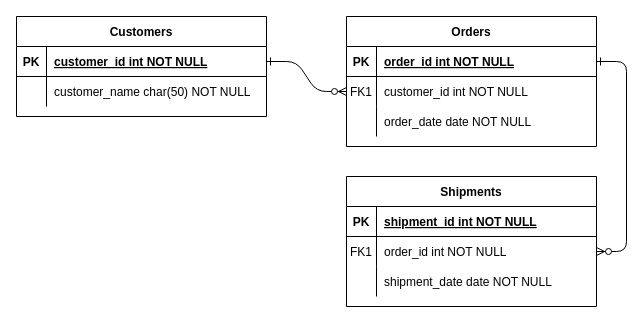
This is Untitled Diagram.drawio from nhyun01/create-online-profile-card, a draw.io file, before an edit. Source tidied: cells renumbered, new cells numbered last; positions are measured from the earlier drawing's top-left corner, leaving out a move shared by most shapes. Both pictures are drawn from the tidied source at 100%, with x=0, y=0 at pixel (16, 16).
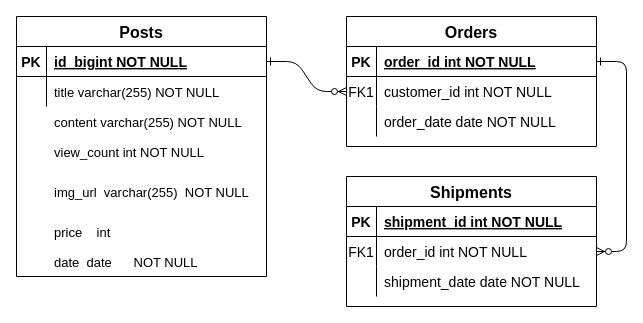
Above is the later version.

What changed in the source:
```diff
@@
-    <mxCell id="2" style="edgeStyle=entityRelationEdgeStyle;endArrow=ERzeroToMany;startArrow=ERone;endFill=1;startFill=0;" parent="1" edge="1" source="25" target="8">
+    <mxCell id="2" style="edgeStyle=entityRelationEdgeStyle;endArrow=ERzeroToMany;startArrow=ERone;endFill=1;startFill=0;fontSize=14;" parent="1" edge="1" source="25" target="8">
       <mxGeometry relative="1" as="geometry" />
     </mxCell>
-    <mxCell id="3" style="edgeStyle=entityRelationEdgeStyle;endArrow=ERzeroToMany;startArrow=ERone;endFill=1;startFill=0;" parent="1" edge="1" source="5" target="18">
+    <mxCell id="3" style="edgeStyle=entityRelationEdgeStyle;endArrow=ERzeroToMany;startArrow=ERone;endFill=1;startFill=0;fontSize=14;" parent="1" edge="1" source="5" target="18">
       <mxGeometry relative="1" as="geometry" />
     </mxCell>
-    <mxCell id="4" value="Orders" style="shape=table;startSize=30;childLayout=tableLayout;rowLines=0;fontStyle=1;align=center;" parent="1" vertex="1">
+    <mxCell id="4" value="Orders" style="shape=table;startSize=30;childLayout=tableLayout;rowLines=0;fontStyle=1;align=center;fontSize=16;" parent="1" vertex="1">
       <mxGeometry x="330" width="250" height="130" as="geometry" />
     </mxCell>
-    <mxCell id="5" style="shape=partialRectangle;fillColor=none;points=[[0,0.5],[1,0.5]];portConstraint=eastwest;top=0;left=0;right=0;bottom=1;" parent="4" vertex="1">
+    <mxCell id="5" style="shape=partialRectangle;fillColor=none;points=[[0,0.5],[1,0.5]];portConstraint=eastwest;top=0;left=0;right=0;bottom=1;fontSize=14;" parent="4" vertex="1">
       <mxGeometry y="30" width="250" height="30" as="geometry" />
     </mxCell>
-    <mxCell id="6" value="PK" style="shape=partialRectangle;overflow=hidden;fillColor=none;top=0;left=0;bottom=0;right=0;fontStyle=1;" parent="5" vertex="1">
+    <mxCell id="6" value="PK" style="shape=partialRectangle;overflow=hidden;fillColor=none;top=0;left=0;bottom=0;right=0;fontStyle=1;fontSize=14;" parent="5" vertex="1">
       <mxGeometry width="30" height="30" as="geometry" />
     </mxCell>
-    <mxCell id="7" value="order_id int NOT NULL " style="shape=partialRectangle;overflow=hidden;fillColor=none;top=0;left=0;bottom=0;right=0;align=left;spacingLeft=6;fontStyle=5;" parent="5" vertex="1">
+    <mxCell id="7" value="order_id int NOT NULL " style="shape=partialRectangle;overflow=hidden;fillColor=none;top=0;left=0;bottom=0;right=0;align=left;spacingLeft=6;fontStyle=5;fontSize=14;" parent="5" vertex="1">
       <mxGeometry x="30" width="220" height="30" as="geometry" />
     </mxCell>
-    <mxCell id="8" style="shape=partialRectangle;fillColor=none;points=[[0,0.5],[1,0.5]];portConstraint=eastwest;top=0;left=0;right=0;bottom=0;" parent="4" vertex="1">
+    <mxCell id="8" style="shape=partialRectangle;fillColor=none;points=[[0,0.5],[1,0.5]];portConstraint=eastwest;top=0;left=0;right=0;bottom=0;fontSize=14;" parent="4" vertex="1">
       <mxGeometry y="60" width="250" height="30" as="geometry" />
     </mxCell>
-    <mxCell id="9" value="FK1" style="shape=partialRectangle;overflow=hidden;fillColor=none;top=0;left=0;bottom=0;right=0;" parent="8" vertex="1">
+    <mxCell id="9" value="FK1" style="shape=partialRectangle;overflow=hidden;fillColor=none;top=0;left=0;bottom=0;right=0;fontSize=14;" parent="8" vertex="1">
       <mxGeometry width="30" height="30" as="geometry" />
     </mxCell>
-    <mxCell id="10" value="customer_id int NOT NULL" style="shape=partialRectangle;overflow=hidden;fillColor=none;top=0;left=0;bottom=0;right=0;align=left;spacingLeft=6;" parent="8" vertex="1">
+    <mxCell id="10" value="customer_id int NOT NULL" style="shape=partialRectangle;overflow=hidden;fillColor=none;top=0;left=0;bottom=0;right=0;align=left;spacingLeft=6;fontSize=14;" parent="8" vertex="1">
       <mxGeometry x="30" width="220" height="30" as="geometry" />
     </mxCell>
-    <mxCell id="11" style="shape=partialRectangle;fillColor=none;top=0;left=0;right=0;bottom=0;" parent="4" vertex="1">
+    <mxCell id="11" style="shape=partialRectangle;fillColor=none;top=0;left=0;right=0;bottom=0;fontSize=14;" parent="4" vertex="1">
       <mxGeometry y="90" width="250" height="30" as="geometry" />
     </mxCell>
-    <mxCell id="12" style="shape=partialRectangle;overflow=hidden;fillColor=none;top=0;left=0;bottom=0;right=0;" parent="11" vertex="1">
+    <mxCell id="12" style="shape=partialRectangle;overflow=hidden;fillColor=none;top=0;left=0;bottom=0;right=0;fontSize=14;" parent="11" vertex="1">
       <mxGeometry width="30" height="30" as="geometry" />
     </mxCell>
-    <mxCell id="13" value="order_date date NOT NULL" style="shape=partialRectangle;overflow=hidden;fillColor=none;top=0;left=0;bottom=0;right=0;align=left;spacingLeft=6;" parent="11" vertex="1">
+    <mxCell id="13" value="order_date date NOT NULL" style="shape=partialRectangle;overflow=hidden;fillColor=none;top=0;left=0;bottom=0;right=0;align=left;spacingLeft=6;fontSize=14;" parent="11" vertex="1">
       <mxGeometry x="30" width="220" height="30" as="geometry" />
     </mxCell>
-    <mxCell id="14" value="Shipments" style="shape=table;startSize=30;childLayout=tableLayout;rowLines=0;fontStyle=1;align=center;" parent="1" vertex="1">
+    <mxCell id="14" value="Shipments" style="shape=table;startSize=30;childLayout=tableLayout;rowLines=0;fontStyle=1;align=center;fontSize=16;" parent="1" vertex="1">
       <mxGeometry x="330" y="160" width="250" height="130" as="geometry" />
     </mxCell>
-    <mxCell id="15" style="shape=partialRectangle;fillColor=none;top=0;left=0;right=0;bottom=1;" parent="14" vertex="1">
+    <mxCell id="15" style="shape=partialRectangle;fillColor=none;top=0;left=0;right=0;bottom=1;fontSize=14;" parent="14" vertex="1">
       <mxGeometry y="30" width="250" height="30" as="geometry" />
     </mxCell>
-    <mxCell id="16" value="PK" style="shape=partialRectangle;overflow=hidden;fillColor=none;top=0;left=0;bottom=0;right=0;fontStyle=1;" parent="15" vertex="1">
+    <mxCell id="16" value="PK" style="shape=partialRectangle;overflow=hidden;fillColor=none;top=0;left=0;bottom=0;right=0;fontStyle=1;fontSize=14;" parent="15" vertex="1">
       <mxGeometry width="30" height="30" as="geometry" />
     </mxCell>
-    <mxCell id="17" value="shipment_id int NOT NULL " style="shape=partialRectangle;overflow=hidden;fillColor=none;top=0;left=0;bottom=0;right=0;align=left;spacingLeft=6;fontStyle=5;" parent="15" vertex="1">
+    <mxCell id="17" value="shipment_id int NOT NULL " style="shape=partialRectangle;overflow=hidden;fillColor=none;top=0;left=0;bottom=0;right=0;align=left;spacingLeft=6;fontStyle=5;fontSize=14;" parent="15" vertex="1">
       <mxGeometry x="30" width="220" height="30" as="geometry" />
     </mxCell>
-    <mxCell id="18" style="shape=partialRectangle;fillColor=none;points=[[0,0.5],[1,0.5]];portConstraint=eastwest;top=0;left=0;right=0;bottom=0;" parent="14" vertex="1">
+    <mxCell id="18" style="shape=partialRectangle;fillColor=none;points=[[0,0.5],[1,0.5]];portConstraint=eastwest;top=0;left=0;right=0;bottom=0;fontSize=14;" parent="14" vertex="1">
       <mxGeometry y="60" width="250" height="30" as="geometry" />
     </mxCell>
-    <mxCell id="19" value="FK1" style="shape=partialRectangle;overflow=hidden;fillColor=none;top=0;left=0;bottom=0;right=0;" parent="18" vertex="1">
+    <mxCell id="19" value="FK1" style="shape=partialRectangle;overflow=hidden;fillColor=none;top=0;left=0;bottom=0;right=0;fontSize=14;" parent="18" vertex="1">
       <mxGeometry width="30" height="30" as="geometry" />
     </mxCell>
-    <mxCell id="20" value="order_id int NOT NULL" style="shape=partialRectangle;overflow=hidden;fillColor=none;top=0;left=0;bottom=0;right=0;align=left;spacingLeft=6;" parent="18" vertex="1">
+    <mxCell id="20" value="order_id int NOT NULL" style="shape=partialRectangle;overflow=hidden;fillColor=none;top=0;left=0;bottom=0;right=0;align=left;spacingLeft=6;fontSize=14;" parent="18" vertex="1">
       <mxGeometry x="30" width="220" height="30" as="geometry" />
     </mxCell>
-    <mxCell id="21" style="shape=partialRectangle;fillColor=none;top=0;left=0;right=0;bottom=0;" parent="14" vertex="1">
+    <mxCell id="21" style="shape=partialRectangle;fillColor=none;top=0;left=0;right=0;bottom=0;fontSize=14;" parent="14" vertex="1">
       <mxGeometry y="90" width="250" height="30" as="geometry" />
     </mxCell>
-    <mxCell id="22" style="shape=partialRectangle;overflow=hidden;fillColor=none;top=0;left=0;bottom=0;right=0;" parent="21" vertex="1">
+    <mxCell id="22" style="shape=partialRectangle;overflow=hidden;fillColor=none;top=0;left=0;bottom=0;right=0;fontSize=14;" parent="21" vertex="1">
       <mxGeometry width="30" height="30" as="geometry" />
     </mxCell>
-    <mxCell id="23" value="shipment_date date NOT NULL" style="shape=partialRectangle;overflow=hidden;fillColor=none;top=0;left=0;bottom=0;right=0;align=left;spacingLeft=6;" parent="21" vertex="1">
+    <mxCell id="23" value="shipment_date date NOT NULL" style="shape=partialRectangle;overflow=hidden;fillColor=none;top=0;left=0;bottom=0;right=0;align=left;spacingLeft=6;fontSize=14;" parent="21" vertex="1">
       <mxGeometry x="30" width="220" height="30" as="geometry" />
     </mxCell>
-    <mxCell id="24" value="Customers" style="shape=table;startSize=30;childLayout=tableLayout;rowLines=0;fontStyle=1;align=center;" parent="1" vertex="1">
-      <mxGeometry width="250" height="100" as="geometry" />
+    <mxCell id="24" value="Posts" style="shape=table;startSize=30;childLayout=tableLayout;rowLines=0;fontStyle=1;align=center;fontSize=16;" parent="1" vertex="1">
+      <mxGeometry width="250" height="260" as="geometry" />
     </mxCell>
-    <mxCell id="25" style="shape=partialRectangle;fillColor=none;points=[[0,0.5],[1,0.5]];portConstraint=eastwest;top=0;left=0;right=0;bottom=1;" parent="24" vertex="1">
+    <mxCell id="25" style="shape=partialRectangle;fillColor=none;points=[[0,0.5],[1,0.5]];portConstraint=eastwest;top=0;left=0;right=0;bottom=1;fontSize=14;" parent="24" vertex="1">
       <mxGeometry y="30" width="250" height="30" as="geometry" />
     </mxCell>
-    <mxCell id="26" value="PK" style="shape=partialRectangle;overflow=hidden;fillColor=none;top=0;left=0;bottom=0;right=0;fontStyle=1;" parent="25" vertex="1">
+    <mxCell id="26" value="PK" style="shape=partialRectangle;overflow=hidden;fillColor=none;top=0;left=0;bottom=0;right=0;fontStyle=1;fontSize=14;" parent="25" vertex="1">
       <mxGeometry width="30" height="30" as="geometry" />
     </mxCell>
-    <mxCell id="27" value="customer_id int NOT NULL " style="shape=partialRectangle;overflow=hidden;fillColor=none;top=0;left=0;bottom=0;right=0;align=left;spacingLeft=6;fontStyle=5;" parent="25" vertex="1">
+    <mxCell id="27" value="id  bigint NOT NULL" style="shape=partialRectangle;overflow=hidden;fillColor=none;top=0;left=0;bottom=0;right=0;align=left;spacingLeft=6;fontStyle=5;fontSize=14;" parent="25" vertex="1">
       <mxGeometry x="30" width="220" height="30" as="geometry" />
     </mxCell>
-    <mxCell id="28" style="shape=partialRectangle;fillColor=none;top=0;left=0;right=0;bottom=0;" parent="24" vertex="1">
+    <mxCell id="28" style="shape=partialRectangle;fillColor=none;top=0;left=0;right=0;bottom=0;fontSize=14;" parent="24" vertex="1">
       <mxGeometry y="60" width="250" height="30" as="geometry" />
     </mxCell>
-    <mxCell id="29" style="shape=partialRectangle;overflow=hidden;fillColor=none;top=0;left=0;bottom=0;right=0;" parent="28" vertex="1">
+    <mxCell id="29" style="shape=partialRectangle;overflow=hidden;fillColor=none;top=0;left=0;bottom=0;right=0;fontSize=14;" parent="28" vertex="1">
       <mxGeometry width="30" height="30" as="geometry" />
     </mxCell>
-    <mxCell id="30" value="customer_name char(50) NOT NULL" style="shape=partialRectangle;overflow=hidden;fillColor=none;top=0;left=0;bottom=0;right=0;align=left;spacingLeft=6;" parent="28" vertex="1">
+    <mxCell id="30" style="shape=partialRectangle;overflow=hidden;fillColor=none;top=0;left=0;bottom=0;right=0;align=left;spacingLeft=6;fontSize=13;perimeterSpacing=1;" parent="28" vertex="1">
       <mxGeometry x="30" width="220" height="30" as="geometry" />
     </mxCell>
+    <mxCell id="31" value="title varchar(255) NOT NULL" style="shape=partialRectangle;overflow=hidden;fillColor=none;top=0;left=0;bottom=0;right=0;align=left;spacingLeft=6;fontSize=13;perimeterSpacing=1;" parent="1" vertex="1">
+      <mxGeometry x="30" y="60" width="220" height="30" as="geometry" />
+    </mxCell>
+    <mxCell id="32" value="content varchar(255) NOT NULL" style="shape=partialRectangle;overflow=hidden;fillColor=none;top=0;left=0;bottom=0;right=0;align=left;spacingLeft=6;fontSize=13;perimeterSpacing=1;strokeColor=default;" parent="1" vertex="1">
+      <mxGeometry x="30" y="90" width="220" height="30" as="geometry" />
+    </mxCell>
+    <mxCell id="33" value="view_count int NOT NULL" style="shape=partialRectangle;overflow=hidden;fillColor=none;top=0;left=0;bottom=0;right=0;align=left;spacingLeft=6;fontSize=13;perimeterSpacing=1;" parent="1" vertex="1">
+      <mxGeometry x="30" y="120" width="220" height="30" as="geometry" />
+    </mxCell>
+    <mxCell id="34" value="img_url  varchar(255)  NOT NULL" style="shape=partialRectangle;overflow=hidden;fillColor=none;top=0;left=0;bottom=0;right=0;align=left;spacingLeft=6;fontSize=13;perimeterSpacing=1;" parent="1" vertex="1">
+      <mxGeometry x="30" y="160" width="220" height="30" as="geometry" />
+    </mxCell>
+    <mxCell id="35" value="price    int          " style="shape=partialRectangle;overflow=hidden;fillColor=none;top=0;left=0;bottom=0;right=0;align=left;spacingLeft=6;fontSize=13;perimeterSpacing=1;" parent="1" vertex="1">
+      <mxGeometry x="30" y="200" width="220" height="30" as="geometry" />
+    </mxCell>
+    <mxCell id="36" value="date  date      NOT NULL" style="shape=partialRectangle;overflow=hidden;fillColor=none;top=0;left=0;bottom=0;right=0;align=left;spacingLeft=6;fontSize=13;perimeterSpacing=1;" parent="1" vertex="1">
+      <mxGeometry x="30" y="230" width="220" height="30" as="geometry" />
+    </mxCell>
```
